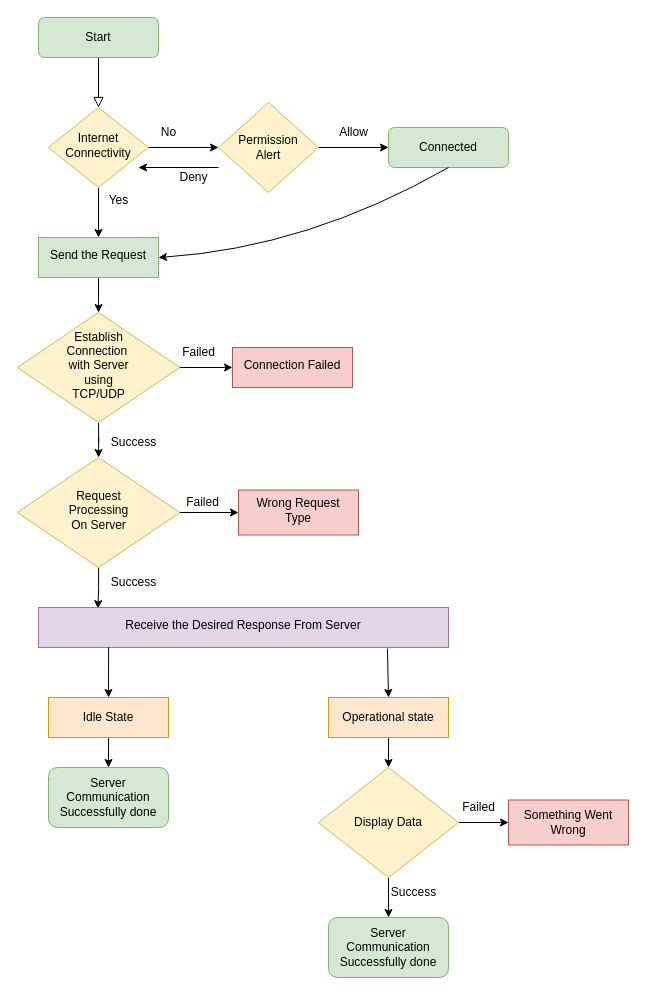
Before: Untitled Diagram.drawio in MohitThakur001/FlowCharts, a draw.io diagram. Source tidied: cells renumbered, new cells numbered last; positions are measured from the earlier drawing's top-left corner, leaving out a move shared by most shapes. Both pictures are drawn from the tidied source at 100%, with x=0, y=0 at pixel (17, 17).
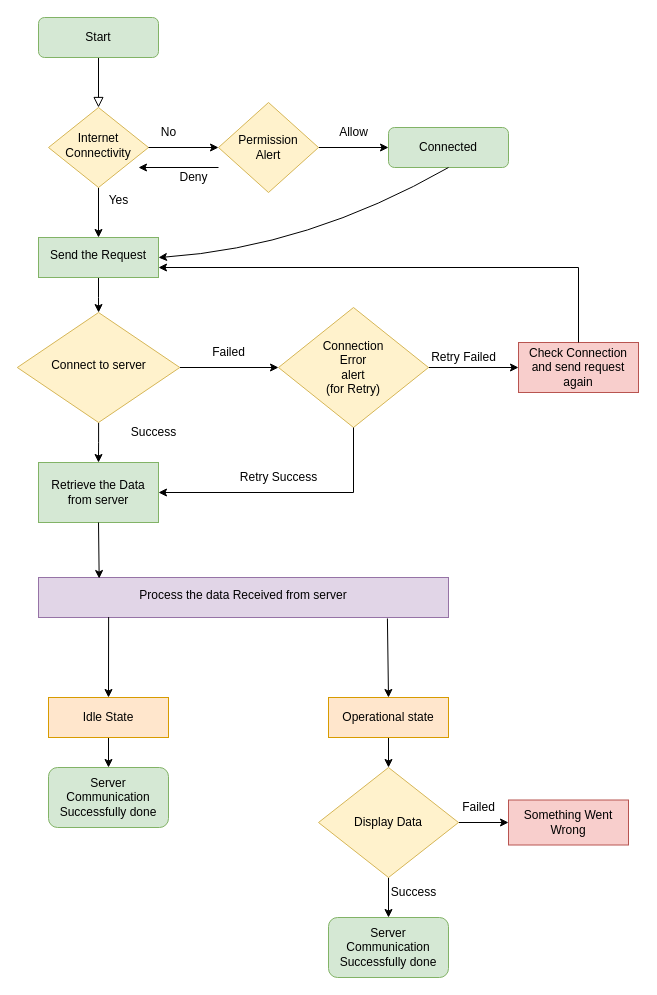
The same diagram, later.

Unchanged cells that the change refers to:
```xml
<mxCell id="10" value="Send the Request" style="whiteSpace=wrap;html=1;shadow=0;strokeWidth=1;spacing=6;spacingTop=-4;fillColor=#d5e8d4;strokeColor=#82b366;" parent="1" vertex="1">
  <mxGeometry x="21" y="220" width="120" height="40" as="geometry" />
</mxCell>
```

Change to the diagram source:
```diff
@@
-<mxGraphModel>
+<mxGraphModel background="#FFFFFF">
@@
-    <mxCell id="18" style="edgeStyle=orthogonalEdgeStyle;rounded=0;jettySize=auto;html=1;" parent="1" edge="1" source="20" target="21">
+    <mxCell id="18" style="edgeStyle=orthogonalEdgeStyle;rounded=0;jettySize=auto;html=1;entryX=0;entryY=0.5;entryDx=0;entryDy=0;" parent="1" edge="1" source="20" target="46">
       <mxGeometry relative="1" as="geometry" />
     </mxCell>
-    <mxCell id="19" style="edgeStyle=orthogonalEdgeStyle;rounded=0;jettySize=auto;html=1;" parent="1" edge="1" source="20" target="25">
+    <mxCell id="19" style="edgeStyle=orthogonalEdgeStyle;rounded=0;jettySize=auto;html=1;entryX=0.5;entryY=0;entryDx=0;entryDy=0;" parent="1" edge="1" source="20" target="51">
       <mxGeometry relative="1" as="geometry" />
     </mxCell>
-    <mxCell id="20" value="Establish&lt;br&gt;Connection&amp;nbsp;&lt;br&gt;with Server&lt;br&gt;using&lt;br&gt;TCP/UDP" style="rhombus;whiteSpace=wrap;html=1;shadow=0;strokeWidth=1;spacing=6;spacingTop=-4;fillColor=#fff2cc;strokeColor=#d6b656;" parent="1" vertex="1">
+    <mxCell id="20" value="Connect to server" style="rhombus;whiteSpace=wrap;html=1;shadow=0;strokeWidth=1;spacing=6;spacingTop=-4;fillColor=#fff2cc;strokeColor=#d6b656;" parent="1" vertex="1">
       <mxGeometry x="-0.2" y="295" width="162.5" height="110" as="geometry" />
     </mxCell>
-    <mxCell id="21" value="Connection Failed" style="whiteSpace=wrap;html=1;shadow=0;strokeWidth=1;spacing=6;spacingTop=-4;fillColor=#f8cecc;strokeColor=#b85450;" parent="1" vertex="1">
-      <mxGeometry x="215" y="330" width="120" height="40" as="geometry" />
-    </mxCell>
     <mxCell id="22" value="Failed" style="text;html=1;align=center;verticalAlign=middle;strokeColor=none;fillColor=none;" parent="1" vertex="1">
-      <mxGeometry x="151" y="320" width="60" height="30" as="geometry" />
+      <mxGeometry x="181" y="320" width="60" height="30" as="geometry" />
     </mxCell>
-    <mxCell id="23" style="edgeStyle=orthogonalEdgeStyle;rounded=0;jettySize=auto;html=1;" parent="1" edge="1" source="25" target="27">
-      <mxGeometry relative="1" as="geometry" />
-    </mxCell>
-    <mxCell id="24" style="edgeStyle=orthogonalEdgeStyle;rounded=0;jettySize=auto;html=1;entryX=0.145;entryY=0.028;entryDx=0;entryDy=0;entryPerimeter=0;" parent="1" edge="1" source="25" target="29">
-      <mxGeometry relative="1" as="geometry" />
-    </mxCell>
-    <mxCell id="25" value="Request &lt;br&gt;Processing&lt;br&gt;On Server" style="rhombus;whiteSpace=wrap;html=1;shadow=0;strokeWidth=1;spacing=6;spacingTop=-4;fillColor=#fff2cc;strokeColor=#d6b656;" parent="1" vertex="1">
-      <mxGeometry x="-0.2" y="440" width="162.5" height="110" as="geometry" />
-    </mxCell>
     <mxCell id="26" value="Success" style="text;html=1;align=center;verticalAlign=middle;strokeColor=none;fillColor=none;" parent="1" vertex="1">
-      <mxGeometry x="81" y="410" width="70" height="30" as="geometry" />
+      <mxGeometry x="101" y="400" width="70" height="30" as="geometry" />
     </mxCell>
-    <mxCell id="27" value="Wrong Request Type" style="whiteSpace=wrap;html=1;shadow=0;strokeWidth=1;spacing=6;spacingTop=-4;fillColor=#f8cecc;strokeColor=#b85450;" parent="1" vertex="1">
-      <mxGeometry x="221" y="472.5" width="120" height="45" as="geometry" />
-    </mxCell>
-    <mxCell id="28" value="Failed" style="text;html=1;align=center;verticalAlign=middle;strokeColor=none;fillColor=none;" parent="1" vertex="1">
-      <mxGeometry x="155" y="470" width="60" height="30" as="geometry" />
-    </mxCell>
-    <mxCell id="29" value="Receive the Desired Response From Server" style="whiteSpace=wrap;html=1;shadow=0;strokeWidth=1;spacing=6;spacingTop=-4;fillColor=#e1d5e7;strokeColor=#9673a6;" parent="1" vertex="1">
-      <mxGeometry x="21" y="590" width="410" height="40" as="geometry" />
+    <mxCell id="29" value="Process the data Received from server" style="whiteSpace=wrap;html=1;shadow=0;strokeWidth=1;spacing=6;spacingTop=-4;fillColor=#e1d5e7;strokeColor=#9673a6;" parent="1" vertex="1">
+      <mxGeometry x="21" y="560" width="410" height="40" as="geometry" />
     </mxCell>
-    <mxCell id="30" value="Success" style="text;html=1;align=center;verticalAlign=middle;strokeColor=none;fillColor=none;" parent="1" vertex="1">
-      <mxGeometry x="81" y="550" width="70" height="30" as="geometry" />
-    </mxCell>
@@
+    <mxCell id="45" style="edgeStyle=orthogonalEdgeStyle;rounded=0;jettySize=auto;html=1;" parent="1" edge="1" source="46" target="47">
+      <mxGeometry relative="1" as="geometry" />
+    </mxCell>
+    <mxCell id="46" value="Connection&lt;br&gt;&amp;nbsp;Error&amp;nbsp;&lt;br&gt;alert&lt;br&gt;(for Retry)&lt;br&gt;" style="rhombus;whiteSpace=wrap;html=1;fillColor=#fff2cc;strokeColor=#d6b656;" parent="1" vertex="1">
+      <mxGeometry x="261" y="290" width="150" height="120" as="geometry" />
+    </mxCell>
+    <mxCell id="47" value="Check Connection and send request again" style="whiteSpace=wrap;html=1;fillColor=#f8cecc;strokeColor=#b85450;" parent="1" vertex="1">
+      <mxGeometry x="501" y="325" width="120" height="50" as="geometry" />
+    </mxCell>
+    <mxCell id="48" value="Retry Failed" style="text;html=1;align=center;verticalAlign=middle;strokeColor=none;fillColor=none;" parent="1" vertex="1">
+      <mxGeometry x="401" y="325" width="90" height="30" as="geometry" />
+    </mxCell>
+    <mxCell id="49" value="Retry Success" style="text;html=1;align=center;verticalAlign=middle;strokeColor=none;fillColor=none;rotation=0;" parent="1" vertex="1">
+      <mxGeometry x="211" y="445" width="100" height="30" as="geometry" />
+    </mxCell>
+    <mxCell id="50" style="endArrow=classic;html=1;rounded=0;exitX=0.5;exitY=1;exitDx=0;exitDy=0;entryX=1;entryY=0.5;entryDx=0;entryDy=0;" parent="1" edge="1" source="46" target="51">
+      <mxGeometry relative="1" as="geometry">
+        <Array as="points">
+          <mxPoint x="336" y="475" />
+        </Array>
+      </mxGeometry>
+    </mxCell>
+    <mxCell id="51" value="Retrieve the Data&lt;br style=&quot;border-color: var(--border-color);&quot;&gt;from server" style="rounded=0;whiteSpace=wrap;html=1;fillColor=#d5e8d4;strokeColor=#82b366;" parent="1" vertex="1">
+      <mxGeometry x="21" y="445" width="120" height="60" as="geometry" />
+    </mxCell>
+    <mxCell id="52" style="endArrow=classic;html=1;rounded=0;exitX=0.5;exitY=1;exitDx=0;exitDy=0;entryX=0.148;entryY=0.025;entryDx=0;entryDy=0;entryPerimeter=0;" parent="1" edge="1" source="51" target="29">
+      <mxGeometry relative="1" as="geometry" />
+    </mxCell>
+    <mxCell id="53" style="endArrow=classic;html=1;rounded=0;entryX=1;entryY=0.75;entryDx=0;entryDy=0;exitX=0.5;exitY=0;exitDx=0;exitDy=0;" parent="1" edge="1" source="47" target="10">
+      <mxGeometry relative="1" as="geometry">
+        <Array as="points">
+          <mxPoint x="561" y="250" />
+        </Array>
+      </mxGeometry>
+    </mxCell>
```
